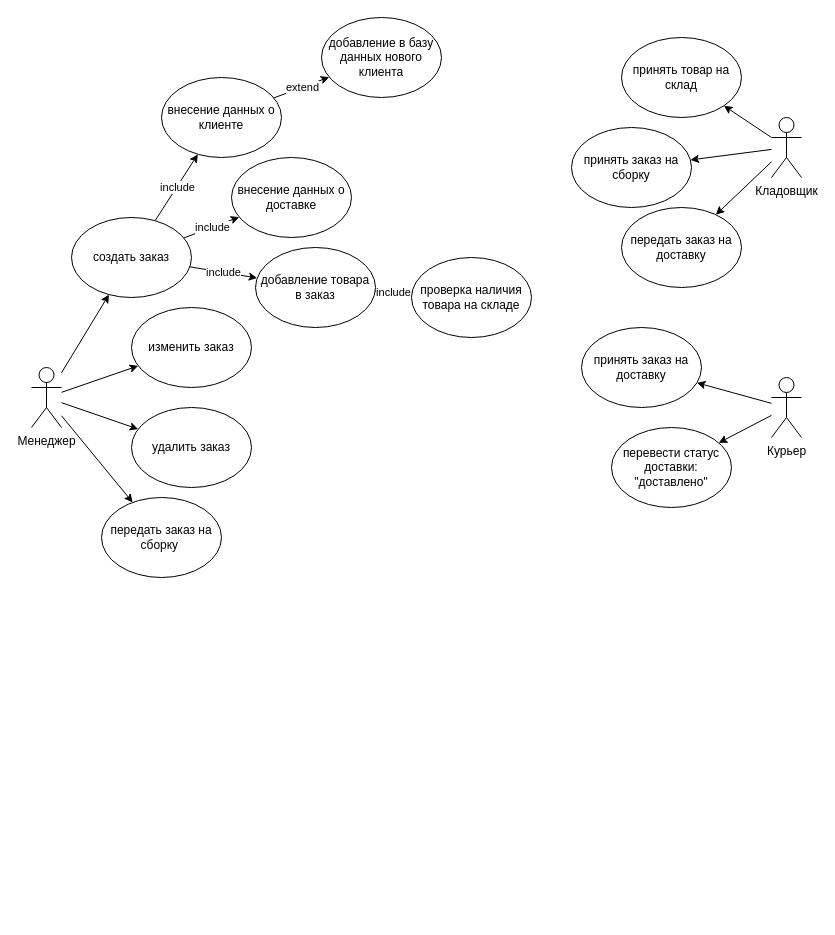
Above: Диаграмма прецедентов.drawio in omelchenkopete/SA (draw.io), before the change. Source tidied: cells renumbered, new cells numbered last; positions are measured from the earlier drawing's top-left corner, leaving out a move shared by most shapes. Both pictures are drawn from the tidied source at 100%, with x=0, y=0 at pixel (31, 17).
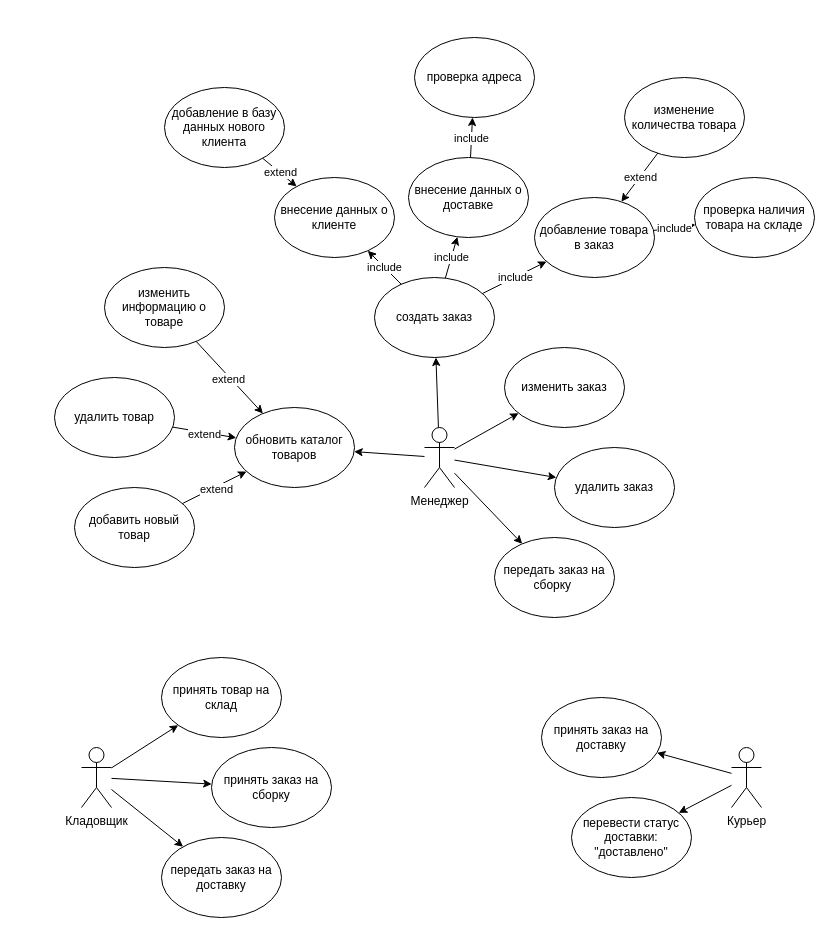
After the change.

Commit message:
update manager actions

Diff of the diagram source:
```diff
@@
     <mxCell id="2" value="Менеджер" style="shape=umlActor;verticalLabelPosition=bottom;verticalAlign=top;html=1;outlineConnect=0;" parent="1" vertex="1">
-      <mxGeometry y="350" width="30" height="60" as="geometry" />
+      <mxGeometry x="393" y="410" width="30" height="60" as="geometry" />
     </mxCell>
     <mxCell id="3" value="Кладовщик" style="shape=umlActor;verticalLabelPosition=bottom;verticalAlign=top;html=1;outlineConnect=0;" parent="1" vertex="1">
-      <mxGeometry x="740" y="100" width="30" height="60" as="geometry" />
+      <mxGeometry x="50" y="730" width="30" height="60" as="geometry" />
     </mxCell>
     <mxCell id="4" value="создать заказ" style="ellipse;whiteSpace=wrap;html=1;" parent="1" vertex="1">
-      <mxGeometry x="40" y="200" width="120" height="80" as="geometry" />
+      <mxGeometry x="343" y="260" width="120" height="80" as="geometry" />
     </mxCell>
     <mxCell id="5" value="добавление в базу данных нового клиента" style="ellipse;whiteSpace=wrap;html=1;" parent="1" vertex="1">
-      <mxGeometry x="290" width="120" height="80" as="geometry" />
+      <mxGeometry x="133" y="70" width="120" height="80" as="geometry" />
     </mxCell>
     <mxCell id="6" value="внесение данных о клиенте" style="ellipse;whiteSpace=wrap;html=1;" parent="1" vertex="1">
-      <mxGeometry x="130" y="60" width="120" height="80" as="geometry" />
+      <mxGeometry x="243" y="160" width="120" height="80" as="geometry" />
     </mxCell>
     <mxCell id="7" value="внесение данных о доставке" style="ellipse;whiteSpace=wrap;html=1;" parent="1" vertex="1">
-      <mxGeometry x="200" y="140" width="120" height="80" as="geometry" />
+      <mxGeometry x="377" y="140" width="120" height="80" as="geometry" />
     </mxCell>
     <mxCell id="8" value="добавление товара в заказ" style="ellipse;whiteSpace=wrap;html=1;" parent="1" vertex="1">
-      <mxGeometry x="224" y="230" width="120" height="80" as="geometry" />
+      <mxGeometry x="503" y="180" width="120" height="80" as="geometry" />
     </mxCell>
     <mxCell id="9" value="проверка наличия товара на складе" style="ellipse;whiteSpace=wrap;html=1;" parent="1" vertex="1">
-      <mxGeometry x="380" y="240" width="120" height="80" as="geometry" />
+      <mxGeometry x="663" y="160" width="120" height="80" as="geometry" />
     </mxCell>
@@
     <mxCell id="14" value="Курьер" style="shape=umlActor;verticalLabelPosition=bottom;verticalAlign=top;html=1;outlineConnect=0;" parent="1" vertex="1">
-      <mxGeometry x="740" y="360" width="30" height="60" as="geometry" />
+      <mxGeometry x="700" y="730" width="30" height="60" as="geometry" />
     </mxCell>
@@
-    <mxCell id="19" style="endArrow=classic;html=1;rounded=0;" parent="1" edge="1" source="6" target="5">
+    <mxCell id="19" style="endArrow=classic;html=1;rounded=0;" parent="1" edge="1" source="5" target="6">
       <mxGeometry relative="1" as="geometry" />
     </mxCell>
@@
     <mxCell id="21" value="передать заказ на сборку&amp;nbsp;" style="ellipse;whiteSpace=wrap;html=1;" parent="1" vertex="1">
-      <mxGeometry x="70" y="480" width="120" height="80" as="geometry" />
+      <mxGeometry x="463" y="520" width="120" height="80" as="geometry" />
     </mxCell>
@@
     <mxCell id="24" value="изменить заказ" style="ellipse;whiteSpace=wrap;html=1;" parent="1" vertex="1">
-      <mxGeometry x="100" y="290" width="120" height="80" as="geometry" />
+      <mxGeometry x="473" y="330" width="120" height="80" as="geometry" />
     </mxCell>
@@
     <mxCell id="26" value="удалить заказ" style="ellipse;whiteSpace=wrap;html=1;" parent="1" vertex="1">
-      <mxGeometry x="100" y="390" width="120" height="80" as="geometry" />
+      <mxGeometry x="523" y="430" width="120" height="80" as="geometry" />
     </mxCell>
@@
     <mxCell id="28" value="принять заказ на сборку" style="ellipse;whiteSpace=wrap;html=1;" parent="1" vertex="1">
-      <mxGeometry x="540" y="110" width="120" height="80" as="geometry" />
+      <mxGeometry x="180" y="730" width="120" height="80" as="geometry" />
     </mxCell>
@@
     <mxCell id="30" value="передать заказ на доставку" style="ellipse;whiteSpace=wrap;html=1;" parent="1" vertex="1">
-      <mxGeometry x="590" y="190" width="120" height="80" as="geometry" />
+      <mxGeometry x="130" y="820" width="120" height="80" as="geometry" />
     </mxCell>
@@
     <mxCell id="32" value="принять товар на склад" style="ellipse;whiteSpace=wrap;html=1;" parent="1" vertex="1">
-      <mxGeometry x="590" y="20" width="120" height="80" as="geometry" />
+      <mxGeometry x="130" y="640" width="120" height="80" as="geometry" />
     </mxCell>
@@
     <mxCell id="34" value="принять заказ на доставку" style="ellipse;whiteSpace=wrap;html=1;" parent="1" vertex="1">
-      <mxGeometry x="550" y="310" width="120" height="80" as="geometry" />
+      <mxGeometry x="510" y="680" width="120" height="80" as="geometry" />
     </mxCell>
@@
     <mxCell id="36" value="перевести статус доставки: &quot;доставлено&quot;" style="ellipse;whiteSpace=wrap;html=1;" parent="1" vertex="1">
-      <mxGeometry x="580" y="410" width="120" height="80" as="geometry" />
+      <mxGeometry x="540" y="780" width="120" height="80" as="geometry" />
     </mxCell>
@@
+    <mxCell id="38" value="обновить каталог товаров" style="ellipse;whiteSpace=wrap;html=1;" parent="1" vertex="1">
+      <mxGeometry x="203" y="390" width="120" height="80" as="geometry" />
+    </mxCell>
+    <mxCell id="39" style="endArrow=classic;html=1;rounded=0;" parent="1" edge="1" source="2" target="38">
+      <mxGeometry relative="1" as="geometry" />
+    </mxCell>
+    <mxCell id="40" value="изменить информацию о товаре" style="ellipse;whiteSpace=wrap;html=1;" parent="1" vertex="1">
+      <mxGeometry x="73" y="250" width="120" height="80" as="geometry" />
+    </mxCell>
+    <mxCell id="41" style="endArrow=classic;html=1;rounded=0;" parent="1" edge="1" source="40" target="38">
+      <mxGeometry relative="1" as="geometry" />
+    </mxCell>
+    <mxCell id="42" value="extend" style="edgeLabel;html=1;align=center;verticalAlign=middle;" parent="41" vertex="1">
+      <mxGeometry y="-2" relative="1" as="geometry" />
+    </mxCell>
+    <mxCell id="43" value="добавить новый товар" style="ellipse;whiteSpace=wrap;html=1;" parent="1" vertex="1">
+      <mxGeometry x="43" y="470" width="120" height="80" as="geometry" />
+    </mxCell>
+    <mxCell id="44" style="endArrow=classic;html=1;rounded=0;" parent="1" edge="1" source="43" target="38">
+      <mxGeometry relative="1" as="geometry" />
+    </mxCell>
+    <mxCell id="45" value="extend" style="edgeLabel;html=1;align=center;verticalAlign=middle;" parent="44" vertex="1">
+      <mxGeometry y="-2" relative="1" as="geometry" />
+    </mxCell>
+    <mxCell id="46" value="удалить товар" style="ellipse;whiteSpace=wrap;html=1;" parent="1" vertex="1">
+      <mxGeometry x="23" y="360" width="120" height="80" as="geometry" />
+    </mxCell>
+    <mxCell id="47" style="endArrow=classic;html=1;rounded=0;" parent="1" edge="1" source="46" target="38">
+      <mxGeometry relative="1" as="geometry" />
+    </mxCell>
+    <mxCell id="48" value="extend" style="edgeLabel;html=1;align=center;verticalAlign=middle;" parent="47" vertex="1">
+      <mxGeometry y="-2" relative="1" as="geometry" />
+    </mxCell>
+    <mxCell id="49" value="изменение количества товара" style="ellipse;whiteSpace=wrap;html=1;" parent="1" vertex="1">
+      <mxGeometry x="593" y="60" width="120" height="80" as="geometry" />
+    </mxCell>
+    <mxCell id="50" style="endArrow=classic;html=1;rounded=0;" parent="1" edge="1" source="49" target="8">
+      <mxGeometry relative="1" as="geometry" />
+    </mxCell>
+    <mxCell id="51" value="extend" style="edgeLabel;html=1;align=center;verticalAlign=middle;" parent="50" vertex="1">
+      <mxGeometry relative="1" as="geometry" />
+    </mxCell>
+    <mxCell id="52" value="проверка адреса" style="ellipse;whiteSpace=wrap;html=1;" parent="1" vertex="1">
+      <mxGeometry x="383" y="20" width="120" height="80" as="geometry" />
+    </mxCell>
+    <mxCell id="53" style="endArrow=classic;html=1;rounded=0;" parent="1" edge="1" source="7" target="52">
+      <mxGeometry relative="1" as="geometry" />
+    </mxCell>
+    <mxCell id="54" value="include" style="edgeLabel;html=1;align=center;verticalAlign=middle;" parent="53" vertex="1">
+      <mxGeometry relative="1" as="geometry" />
+    </mxCell>
```
